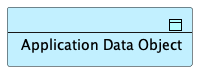
Above: doc/elements/application-data-object.plantuml.png in SixArm/archimate-examples (PlantUML), before the change. Its diagram source:
```plantuml
@startuml
!include <archimate/Archimate>
Application_DataObject(AD_01, "Application Data Object")
@enduml
```
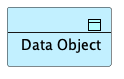
The same diagram one commit later.

The edit, as a diff of the source:
```diff
@@ -1,4 +1,4 @@
 @startuml
 !include <archimate/Archimate>
-Application_DataObject(AD_01, "Application Data Object")
+Application_DataObject(DataObject, "Data Object")
 @enduml
```
